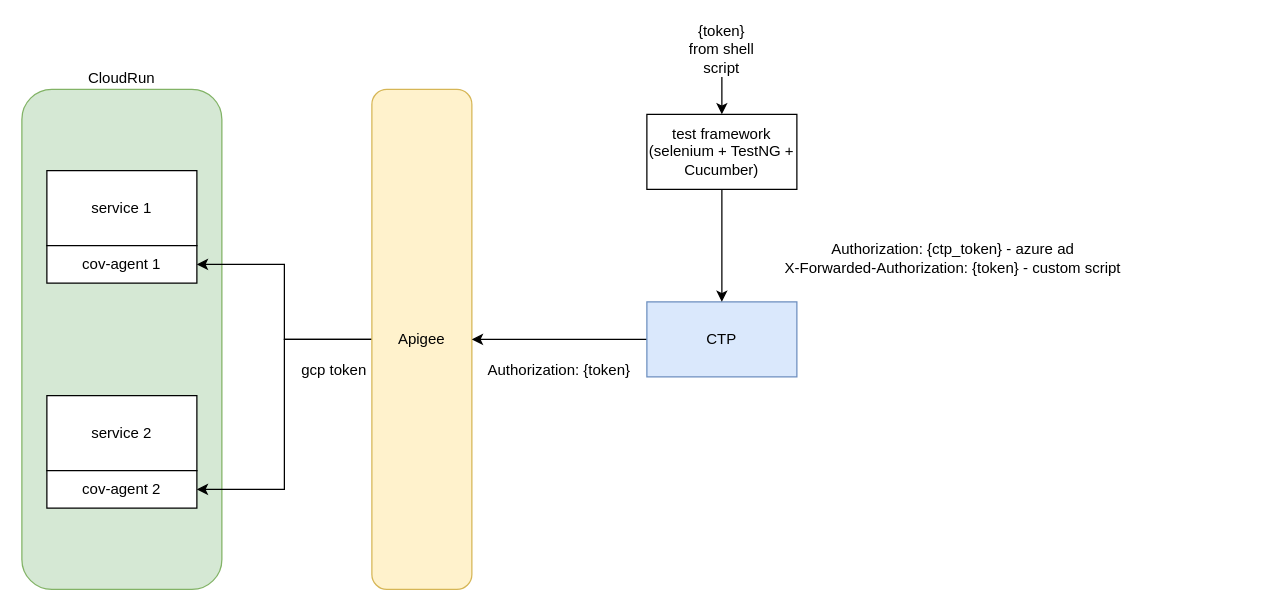
Above: poc.drawio in gtrofimov/draw-io-projects (draw.io), before the change. Source tidied: cells renumbered, new cells numbered last; positions are measured from the earlier drawing's top-left corner, leaving out a move shared by most shapes. Both pictures are drawn from the tidied source at 125%, with x=0, y=0 at pixel (21, 39).
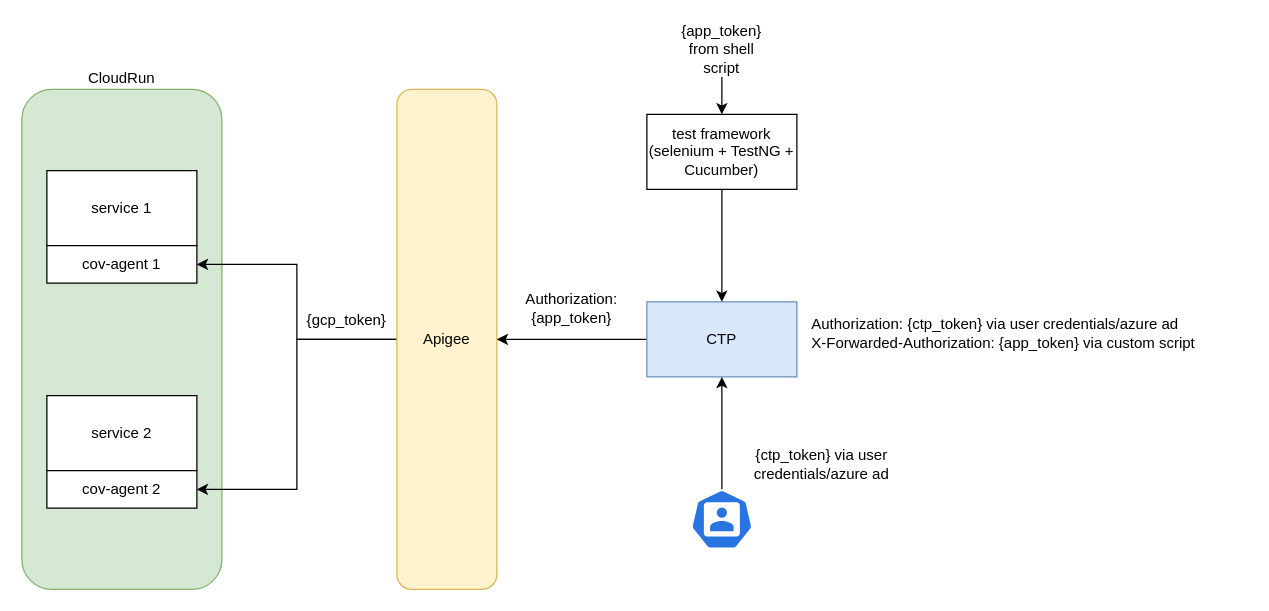
Above is the later version.

The change refers to these unchanged cells:
```xml
<mxCell id="9" value="CTP" style="rounded=0;whiteSpace=wrap;html=1;fillColor=#dae8fc;strokeColor=#6c8ebf;" parent="1" vertex="1">
  <mxGeometry x="500" y="210" width="120" height="60" as="geometry" />
</mxCell>
```

Change to the diagram source:
```diff
@@
     <mxCell id="7" value="Apigee" style="rounded=1;whiteSpace=wrap;html=1;labelPosition=center;verticalLabelPosition=middle;align=center;verticalAlign=middle;fillColor=#fff2cc;strokeColor=#d6b656;" parent="1" vertex="1">
-      <mxGeometry x="280" y="40" width="80" height="400" as="geometry" />
+      <mxGeometry x="300" y="40" width="80" height="400" as="geometry" />
     </mxCell>
@@
-    <mxCell id="14" value="Authorization: {ctp_token} - azure ad&lt;div&gt;X-Forwarded-Authorization: {token} - custom script&lt;/div&gt;" style="text;html=1;align=center;verticalAlign=middle;whiteSpace=wrap;rounded=0;" parent="1" vertex="1">
-      <mxGeometry x="570" y="130" width="350" height="90" as="geometry" />
+    <mxCell id="14" value="Authorization: {ctp_token} via user credentials/azure ad&lt;div&gt;X-Forwarded-Authorization: {app_token} via custom script&lt;/div&gt;" style="text;html=1;align=left;verticalAlign=middle;whiteSpace=wrap;rounded=0;" parent="1" vertex="1">
+      <mxGeometry x="630" y="190" width="350" height="90" as="geometry" />
     </mxCell>
-    <mxCell id="15" value="Authorization: {token}" style="text;html=1;align=center;verticalAlign=middle;whiteSpace=wrap;rounded=0;rotation=0;" parent="1" vertex="1">
-      <mxGeometry x="370" y="220" width="120" height="90" as="geometry" />
+    <mxCell id="15" value="Authorization: {app_token}" style="text;html=1;align=center;verticalAlign=middle;whiteSpace=wrap;rounded=0;rotation=0;" parent="1" vertex="1">
+      <mxGeometry x="380" y="170" width="120" height="90" as="geometry" />
     </mxCell>
@@
-    <mxCell id="17" value="{token} from shell script&lt;div&gt;&lt;br&gt;&lt;/div&gt;" style="text;html=1;align=center;verticalAlign=middle;whiteSpace=wrap;rounded=0;" parent="1" vertex="1">
+    <mxCell id="17" value="{app_token} from shell script&lt;div&gt;&lt;br&gt;&lt;/div&gt;" style="text;html=1;align=center;verticalAlign=middle;whiteSpace=wrap;rounded=0;" parent="1" vertex="1">
       <mxGeometry x="530" width="60" height="30" as="geometry" />
     </mxCell>
-    <mxCell id="18" value="gcp token" style="text;html=1;align=center;verticalAlign=middle;whiteSpace=wrap;rounded=0;" parent="1" vertex="1">
-      <mxGeometry x="220" y="250" width="60" height="30" as="geometry" />
+    <mxCell id="18" value="{gcp_token}" style="text;html=1;align=center;verticalAlign=middle;whiteSpace=wrap;rounded=0;" parent="1" vertex="1">
+      <mxGeometry x="230" y="210" width="60" height="30" as="geometry" />
     </mxCell>
+    <mxCell id="19" style="edgeStyle=orthogonalEdgeStyle;rounded=0;jettySize=auto;html=1;entryX=0.5;entryY=1;entryDx=0;entryDy=0;" parent="1" edge="1" source="20" target="9">
+      <mxGeometry relative="1" as="geometry" />
+    </mxCell>
+    <mxCell id="20" style="sketch=0;html=1;dashed=0;whitespace=wrap;verticalLabelPosition=bottom;verticalAlign=top;fillColor=#2875E2;strokeColor=#ffffff;points=[[0.005,0.63,0],[0.1,0.2,0],[0.9,0.2,0],[0.5,0,0],[0.995,0.63,0],[0.72,0.99,0],[0.5,1,0],[0.28,0.99,0]];shape=mxgraph.kubernetes.icon2;prIcon=user;" parent="1" vertex="1">
+      <mxGeometry x="535" y="360" width="50" height="48" as="geometry" />
+    </mxCell>
+    <mxCell id="21" value="{ctp_token} via user credentials/azure ad" style="text;html=1;align=center;verticalAlign=middle;whiteSpace=wrap;rounded=0;" parent="1" vertex="1">
+      <mxGeometry x="570" y="320" width="140" height="40" as="geometry" />
+    </mxCell>
```
